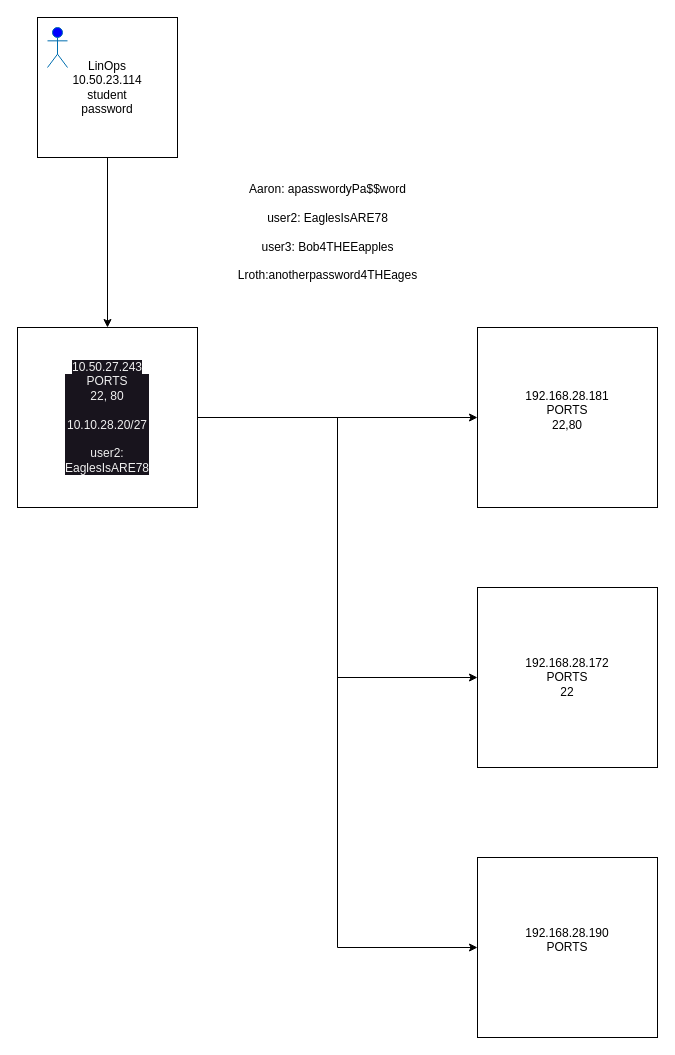
TheWaltuh/COSC-Notes keeps this draw.io diagram as Security/Seltzer/Untitled Diagram.drawio. Above is the earlier version. Source tidied: cells renumbered, new cells numbered last; positions are measured from the earlier drawing's top-left corner, leaving out a move shared by most shapes. Both pictures are drawn from the tidied source at 100%, with x=0, y=0 at pixel (17, 17).
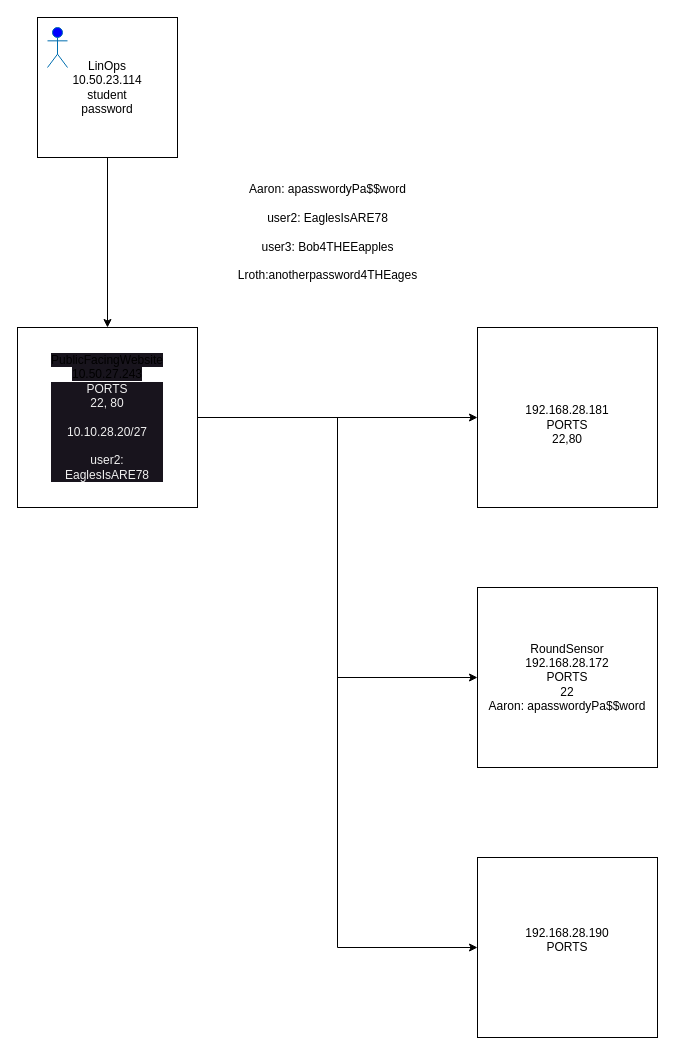
The same diagram, later.

Diff of the diagram source:
```diff
@@
 <mxGraphModel>
   <root>
     <mxCell id="0" />
     <mxCell id="1" parent="0" />
     <mxCell id="2" style="group;" parent="1" vertex="1">
       <mxGeometry x="20" width="140" height="140" as="geometry" />
     </mxCell>
     <mxCell id="3" value="&lt;div&gt;LinOps&lt;/div&gt;10.50.23.114&lt;div&gt;student&lt;br&gt;&lt;/div&gt;&lt;div&gt;password&lt;br&gt;&lt;/div&gt;" style="whiteSpace=wrap;html=1;" parent="2" vertex="1">
       <mxGeometry width="140" height="140" as="geometry" />
     </mxCell>
     <mxCell id="4" style="shape=umlActor;verticalLabelPosition=bottom;verticalAlign=top;html=1;fillColor=#0000FF;fontColor=#ffffff;strokeColor=#006EAF;" parent="2" vertex="1">
       <mxGeometry x="10" y="10" width="20" height="40" as="geometry" />
     </mxCell>
     <mxCell id="5" style="edgeStyle=orthogonalEdgeStyle;rounded=0;jettySize=auto;html=1;entryX=0.5;entryY=0;entryDx=0;entryDy=0;" parent="1" edge="1" source="3" target="10">
       <mxGeometry relative="1" as="geometry" />
     </mxCell>
-    <mxCell id="6" value="192.168.28.181&lt;br&gt;PORTS&lt;br&gt;22,80&lt;br&gt;&lt;br&gt;" style="whiteSpace=wrap;html=1;" parent="1" vertex="1">
+    <mxCell id="6" value="&lt;br&gt;192.168.28.181&lt;br&gt;PORTS&lt;br&gt;22,80&lt;br&gt;" style="whiteSpace=wrap;html=1;" parent="1" vertex="1">
       <mxGeometry x="460" y="310" width="180" height="180" as="geometry" />
     </mxCell>
     <mxCell id="7" style="edgeStyle=orthogonalEdgeStyle;rounded=0;jettySize=auto;html=1;exitX=1;exitY=0.5;exitDx=0;exitDy=0;" parent="1" edge="1" source="10" target="6">
       <mxGeometry relative="1" as="geometry" />
     </mxCell>
     <mxCell id="8" style="edgeStyle=orthogonalEdgeStyle;rounded=0;jettySize=auto;html=1;entryX=0;entryY=0.5;entryDx=0;entryDy=0;" parent="1" edge="1" source="10" target="12">
       <mxGeometry relative="1" as="geometry" />
     </mxCell>
     <mxCell id="9" style="edgeStyle=orthogonalEdgeStyle;rounded=0;jettySize=auto;html=1;entryX=0;entryY=0.5;entryDx=0;entryDy=0;" parent="1" edge="1" source="10" target="13">
       <mxGeometry relative="1" as="geometry" />
     </mxCell>
-    <mxCell id="10" value="&lt;span style=&quot;color: rgb(240, 240, 240); font-family: Helvetica; font-size: 12px; font-style: normal; font-variant-ligatures: normal; font-variant-caps: normal; font-weight: 400; letter-spacing: normal; orphans: 2; text-align: center; text-indent: 0px; text-transform: none; widows: 2; word-spacing: 0px; -webkit-text-stroke-width: 0px; background-color: rgb(24, 20, 29); text-decoration-thickness: initial; text-decoration-style: initial; text-decoration-color: initial; float: none; display: inline !important;&quot;&gt;10.50.27.243&lt;/span&gt;&lt;div style=&quot;border-color: rgb(0, 0, 0); color: rgb(240, 240, 240); font-family: Helvetica; font-size: 12px; font-style: normal; font-variant-ligatures: normal; font-variant-caps: normal; font-weight: 400; letter-spacing: normal; orphans: 2; text-align: center; text-indent: 0px; text-transform: none; widows: 2; word-spacing: 0px; -webkit-text-stroke-width: 0px; background-color: rgb(24, 20, 29); text-decoration-thickness: initial; text-decoration-style: initial; text-decoration-color: initial;&quot;&gt;PORTS&lt;/div&gt;&lt;div style=&quot;border-color: rgb(0, 0, 0); color: rgb(240, 240, 240); font-family: Helvetica; font-size: 12px; font-style: normal; font-variant-ligatures: normal; font-variant-caps: normal; font-weight: 400; letter-spacing: normal; orphans: 2; text-align: center; text-indent: 0px; text-transform: none; widows: 2; word-spacing: 0px; -webkit-text-stroke-width: 0px; background-color: rgb(24, 20, 29); text-decoration-thickness: initial; text-decoration-style: initial; text-decoration-color: initial;&quot;&gt;22, 80&lt;/div&gt;&lt;div style=&quot;border-color: rgb(0, 0, 0); color: rgb(240, 240, 240); font-family: Helvetica; font-size: 12px; font-style: normal; font-variant-ligatures: normal; font-variant-caps: normal; font-weight: 400; letter-spacing: normal; orphans: 2; text-align: center; text-indent: 0px; text-transform: none; widows: 2; word-spacing: 0px; -webkit-text-stroke-width: 0px; background-color: rgb(24, 20, 29); text-decoration-thickness: initial; text-decoration-style: initial; text-decoration-color: initial;&quot;&gt;&lt;br style=&quot;border-color: rgb(0, 0, 0);&quot;&gt;&lt;/div&gt;&lt;div style=&quot;border-color: rgb(0, 0, 0); color: rgb(240, 240, 240); font-family: Helvetica; font-size: 12px; font-style: normal; font-variant-ligatures: normal; font-variant-caps: normal; font-weight: 400; letter-spacing: normal; orphans: 2; text-align: center; text-indent: 0px; text-transform: none; widows: 2; word-spacing: 0px; -webkit-text-stroke-width: 0px; background-color: rgb(24, 20, 29); text-decoration-thickness: initial; text-decoration-style: initial; text-decoration-color: initial;&quot;&gt;10.10.28.20/27&lt;/div&gt;&lt;div style=&quot;border-color: rgb(0, 0, 0); color: rgb(240, 240, 240); font-family: Helvetica; font-size: 12px; font-style: normal; font-variant-ligatures: normal; font-variant-caps: normal; font-weight: 400; letter-spacing: normal; orphans: 2; text-align: center; text-indent: 0px; text-transform: none; widows: 2; word-spacing: 0px; -webkit-text-stroke-width: 0px; background-color: rgb(24, 20, 29); text-decoration-thickness: initial; text-decoration-style: initial; text-decoration-color: initial;&quot;&gt;&lt;br style=&quot;border-color: rgb(0, 0, 0);&quot;&gt;&lt;/div&gt;&lt;div style=&quot;border-color: rgb(0, 0, 0); color: rgb(240, 240, 240); font-family: Helvetica; font-size: 12px; font-style: normal; font-variant-ligatures: normal; font-variant-caps: normal; font-weight: 400; letter-spacing: normal; orphans: 2; text-align: center; text-indent: 0px; text-transform: none; widows: 2; word-spacing: 0px; -webkit-text-stroke-width: 0px; background-color: rgb(24, 20, 29); text-decoration-thickness: initial; text-decoration-style: initial; text-decoration-color: initial;&quot;&gt;user2:&lt;/div&gt;&lt;div style=&quot;border-color: rgb(0, 0, 0); color: rgb(240, 240, 240); font-family: Helvetica; font-size: 12px; font-style: normal; font-variant-ligatures: normal; font-variant-caps: normal; font-weight: 400; letter-spacing: normal; orphans: 2; text-align: center; text-indent: 0px; text-transform: none; widows: 2; word-spacing: 0px; -webkit-text-stroke-width: 0px; background-color: rgb(24, 20, 29); text-decoration-thickness: initial; text-decoration-style: initial; text-decoration-color: initial;&quot;&gt;EaglesIsARE78&lt;/div&gt;" style="whiteSpace=wrap;html=1;" parent="1" vertex="1">
+    <mxCell id="10" value="&lt;span style=&quot;orphans: 2; text-align: center; text-indent: 0px; widows: 2; background-color: rgb(24, 20, 29); text-decoration-thickness: initial; text-decoration-style: initial; text-decoration-color: initial; float: none; display: inline !important;&quot;&gt;PublicFacingWebsite&lt;br&gt;10.50.27.243&lt;/span&gt;&lt;div style=&quot;border-color: rgb(0, 0, 0); color: rgb(240, 240, 240); font-family: Helvetica; font-size: 12px; font-style: normal; font-variant-ligatures: normal; font-variant-caps: normal; font-weight: 400; letter-spacing: normal; orphans: 2; text-align: center; text-indent: 0px; text-transform: none; widows: 2; word-spacing: 0px; -webkit-text-stroke-width: 0px; background-color: rgb(24, 20, 29); text-decoration-thickness: initial; text-decoration-style: initial; text-decoration-color: initial;&quot;&gt;PORTS&lt;/div&gt;&lt;div style=&quot;border-color: rgb(0, 0, 0); color: rgb(240, 240, 240); font-family: Helvetica; font-size: 12px; font-style: normal; font-variant-ligatures: normal; font-variant-caps: normal; font-weight: 400; letter-spacing: normal; orphans: 2; text-align: center; text-indent: 0px; text-transform: none; widows: 2; word-spacing: 0px; -webkit-text-stroke-width: 0px; background-color: rgb(24, 20, 29); text-decoration-thickness: initial; text-decoration-style: initial; text-decoration-color: initial;&quot;&gt;22, 80&lt;/div&gt;&lt;div style=&quot;border-color: rgb(0, 0, 0); color: rgb(240, 240, 240); font-family: Helvetica; font-size: 12px; font-style: normal; font-variant-ligatures: normal; font-variant-caps: normal; font-weight: 400; letter-spacing: normal; orphans: 2; text-align: center; text-indent: 0px; text-transform: none; widows: 2; word-spacing: 0px; -webkit-text-stroke-width: 0px; background-color: rgb(24, 20, 29); text-decoration-thickness: initial; text-decoration-style: initial; text-decoration-color: initial;&quot;&gt;&lt;br style=&quot;border-color: rgb(0, 0, 0);&quot;&gt;&lt;/div&gt;&lt;div style=&quot;border-color: rgb(0, 0, 0); color: rgb(240, 240, 240); font-family: Helvetica; font-size: 12px; font-style: normal; font-variant-ligatures: normal; font-variant-caps: normal; font-weight: 400; letter-spacing: normal; orphans: 2; text-align: center; text-indent: 0px; text-transform: none; widows: 2; word-spacing: 0px; -webkit-text-stroke-width: 0px; background-color: rgb(24, 20, 29); text-decoration-thickness: initial; text-decoration-style: initial; text-decoration-color: initial;&quot;&gt;10.10.28.20/27&lt;/div&gt;&lt;div style=&quot;border-color: rgb(0, 0, 0); color: rgb(240, 240, 240); font-family: Helvetica; font-size: 12px; font-style: normal; font-variant-ligatures: normal; font-variant-caps: normal; font-weight: 400; letter-spacing: normal; orphans: 2; text-align: center; text-indent: 0px; text-transform: none; widows: 2; word-spacing: 0px; -webkit-text-stroke-width: 0px; background-color: rgb(24, 20, 29); text-decoration-thickness: initial; text-decoration-style: initial; text-decoration-color: initial;&quot;&gt;&lt;br style=&quot;border-color: rgb(0, 0, 0);&quot;&gt;&lt;/div&gt;&lt;div style=&quot;border-color: rgb(0, 0, 0); color: rgb(240, 240, 240); font-family: Helvetica; font-size: 12px; font-style: normal; font-variant-ligatures: normal; font-variant-caps: normal; font-weight: 400; letter-spacing: normal; orphans: 2; text-align: center; text-indent: 0px; text-transform: none; widows: 2; word-spacing: 0px; -webkit-text-stroke-width: 0px; background-color: rgb(24, 20, 29); text-decoration-thickness: initial; text-decoration-style: initial; text-decoration-color: initial;&quot;&gt;user2:&lt;/div&gt;&lt;div style=&quot;border-color: rgb(0, 0, 0); color: rgb(240, 240, 240); font-family: Helvetica; font-size: 12px; font-style: normal; font-variant-ligatures: normal; font-variant-caps: normal; font-weight: 400; letter-spacing: normal; orphans: 2; text-align: center; text-indent: 0px; text-transform: none; widows: 2; word-spacing: 0px; -webkit-text-stroke-width: 0px; background-color: rgb(24, 20, 29); text-decoration-thickness: initial; text-decoration-style: initial; text-decoration-color: initial;&quot;&gt;EaglesIsARE78&lt;/div&gt;" style="whiteSpace=wrap;html=1;" parent="1" vertex="1">
       <mxGeometry y="310" width="180" height="180" as="geometry" />
     </mxCell>
     <mxCell id="11" value="Aaron:&amp;nbsp;apasswordyPa$$word&lt;br style=&quot;&quot;&gt;&lt;br style=&quot;&quot;&gt;&lt;span style=&quot;&quot;&gt;user2:&amp;nbsp;EaglesIsARE78&lt;/span&gt;&lt;br style=&quot;&quot;&gt;&lt;br style=&quot;&quot;&gt;&lt;span style=&quot;&quot;&gt;user3:&amp;nbsp;Bob4THEEapples&lt;/span&gt;&lt;br style=&quot;&quot;&gt;&lt;br style=&quot;&quot;&gt;&lt;span style=&quot;&quot;&gt;Lroth:anotherpassword4THEages&lt;/span&gt;" style="text;html=1;align=center;verticalAlign=middle;strokeColor=none;fillColor=none;" parent="1" vertex="1">
       <mxGeometry x="210" y="160" width="200" height="110" as="geometry" />
     </mxCell>
-    <mxCell id="12" value="192.168.28.172&lt;br&gt;PORTS&lt;br&gt;22" style="whiteSpace=wrap;html=1;" parent="1" vertex="1">
+    <mxCell id="12" value="RoundSensor&lt;br&gt;192.168.28.172&lt;br&gt;PORTS&lt;br&gt;22&lt;br&gt;Aaron:&amp;nbsp;apasswordyPa$$word" style="whiteSpace=wrap;html=1;" parent="1" vertex="1">
       <mxGeometry x="460" y="570" width="180" height="180" as="geometry" />
     </mxCell>
     <mxCell id="13" value="192.168.28.190&lt;br&gt;PORTS&lt;br&gt;&lt;br&gt;" style="whiteSpace=wrap;html=1;" parent="1" vertex="1">
       <mxGeometry x="460" y="840" width="180" height="180" as="geometry" />
     </mxCell>
   </root>
 </mxGraphModel>
```
